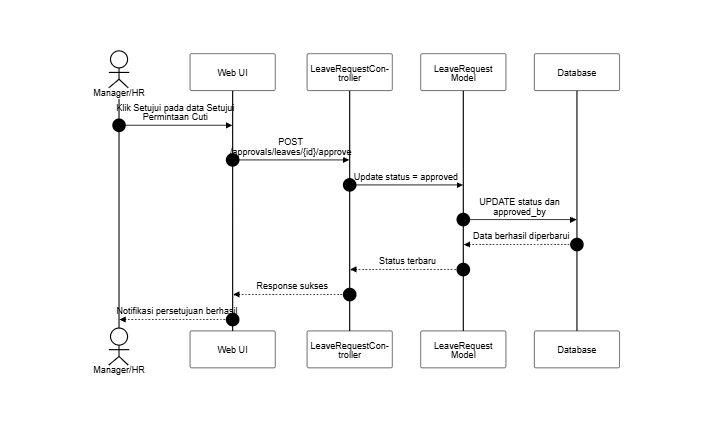
Earlier version of the Mermaid export docs/SequenceDiagram/PNG_Transparent/PersetujuanCuti-SetujuiPermintaanCuti.png (SulaimanHafi23/SimpegRSHDI). Its source is kept beside it as docs/SequenceDiagram/PersetujuanCuti-SetujuiPermintaanCuti.mermaid.
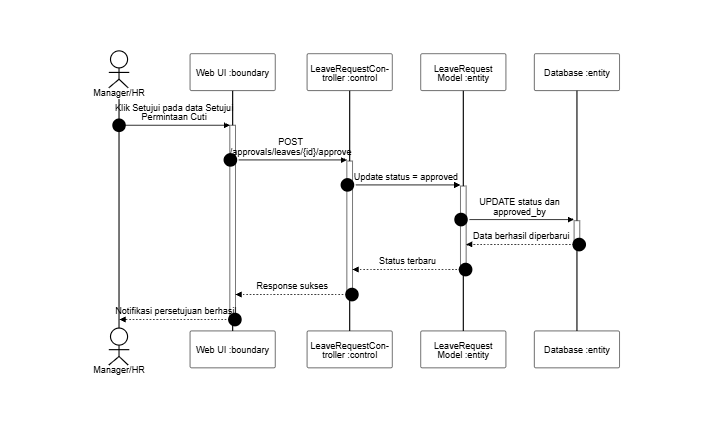
Above is the later version.

Change to the diagram source:
```diff
@@ -2,16 +2,16 @@
 sequenceDiagram
     autonumber
     actor A as Manager/HR
-    participant UI as Web UI
-    participant C as LeaveRequestController
-    participant M as LeaveRequest Model
-    participant DB as Database
+    participant UI as Web UI :boundary
+    participant C as LeaveRequestController :control
+    participant M as LeaveRequest Model :entity
+    participant DB as Database :entity
 
-    A->>UI: Klik Setujui pada data Setujui Permintaan Cuti
-    UI->>C: POST /approvals/leaves/{id}/approve
-    C->>M: Update status = approved
-    M->>DB: UPDATE status dan approved_by
-    DB-->>M: Data berhasil diperbarui
-    M-->>C: Status terbaru
-    C-->>UI: Response sukses
-    UI-->>A: Notifikasi persetujuan berhasil
+    A->>+UI: Klik Setujui pada data Setujui Permintaan Cuti
+    UI->>+C: POST /approvals/leaves/{id}/approve
+    C->>+M: Update status = approved
+    M->>+DB: UPDATE status dan approved_by
+    DB-->>-M: Data berhasil diperbarui
+    M-->>-C: Status terbaru
+    C-->>-UI: Response sukses
+    UI-->>-A: Notifikasi persetujuan berhasil
```
